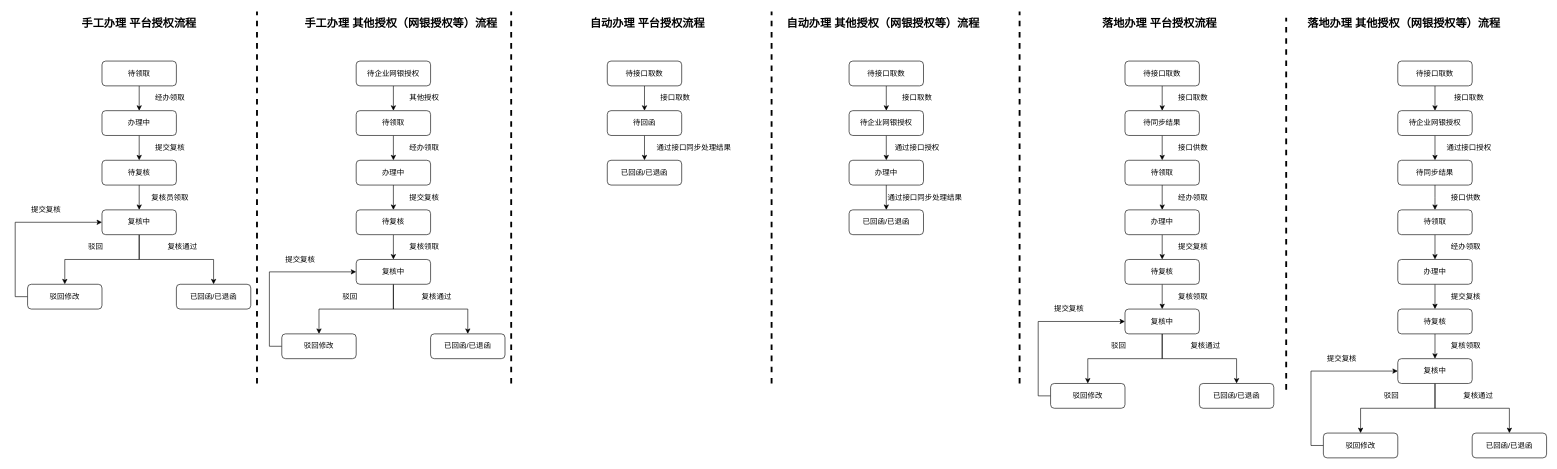
Above: 未命名绘图.drawio in pingguo002/iconomi (draw.io), before the change. Source tidied: cells renumbered, new cells numbered last; positions are measured from the earlier drawing's top-left corner, leaving out a move shared by most shapes. Both pictures are drawn from the tidied source at 62%, with x=0, y=0 at pixel (15, 11).
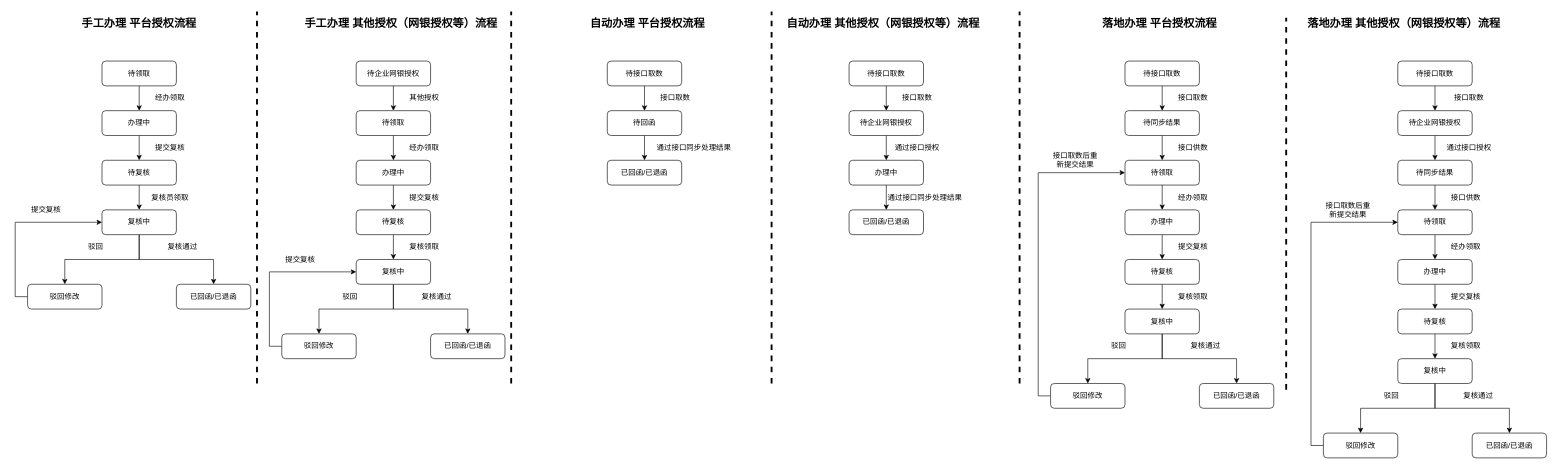
Above is the later version.

Commit message:
更新未命名绘图.drawio

Unchanged cells that the change refers to:
```xml
<mxCell id="85" value="复核中" style="rounded=1;whiteSpace=wrap;html=1;" parent="1" vertex="1">
  <mxGeometry x="1790" y="480" width="120" height="40" as="geometry" />
</mxCell>
<mxCell id="91" value="驳回修改" style="rounded=1;whiteSpace=wrap;html=1;" parent="1" vertex="1">
  <mxGeometry x="1670" y="600" width="120" height="40" as="geometry" />
</mxCell>
<mxCell id="103" value="复核中" style="rounded=1;whiteSpace=wrap;html=1;" parent="1" vertex="1">
  <mxGeometry x="2230" y="560" width="120" height="40" as="geometry" />
</mxCell>
<mxCell id="109" value="驳回修改" style="rounded=1;whiteSpace=wrap;html=1;" parent="1" vertex="1">
  <mxGeometry x="2110" y="680" width="120" height="40" as="geometry" />
</mxCell>
```

Diff of the diagram source:
```diff
@@
-    <mxCell id="90" style="edgeStyle=orthogonalEdgeStyle;rounded=0;jettySize=auto;html=1;exitX=0;exitY=0.5;exitDx=0;exitDy=0;entryX=0;entryY=0.5;entryDx=0;entryDy=0;" parent="1" edge="1" source="91" target="85">
+    <mxCell id="90" style="edgeStyle=orthogonalEdgeStyle;rounded=0;jettySize=auto;html=1;exitX=0;exitY=0.5;exitDx=0;exitDy=0;" parent="1" edge="1" source="91">
       <mxGeometry relative="1" as="geometry">
+        <mxPoint x="1790" y="260" as="targetPoint" />
         <Array as="points">
           <mxPoint x="1650" y="620" />
-          <mxPoint x="1650" y="500" />
+          <mxPoint x="1650" y="260" />
+          <mxPoint x="1790" y="260" />
         </Array>
       </mxGeometry>
     </mxCell>
@@
-    <mxCell id="92" value="提交复核" style="text;html=1;strokeColor=none;fillColor=none;align=center;verticalAlign=middle;whiteSpace=wrap;rounded=0;" parent="1" vertex="1">
-      <mxGeometry x="1670" y="470" width="60" height="20" as="geometry" />
+    <mxCell id="92" value="接口取数后重新提交结果" style="text;html=1;strokeColor=none;fillColor=none;align=center;verticalAlign=middle;whiteSpace=wrap;rounded=0;" parent="1" vertex="1">
+      <mxGeometry x="1670" y="230" width="80" height="20" as="geometry" />
     </mxCell>
@@
-    <mxCell id="108" style="edgeStyle=orthogonalEdgeStyle;rounded=0;jettySize=auto;html=1;exitX=0;exitY=0.5;exitDx=0;exitDy=0;entryX=0;entryY=0.5;entryDx=0;entryDy=0;" parent="1" edge="1" source="109" target="103">
+    <mxCell id="108" style="edgeStyle=orthogonalEdgeStyle;rounded=0;jettySize=auto;html=1;exitX=0;exitY=0.5;exitDx=0;exitDy=0;" parent="1" edge="1" source="109">
       <mxGeometry relative="1" as="geometry">
+        <mxPoint x="2230" y="340" as="targetPoint" />
         <Array as="points">
           <mxPoint x="2090" y="700" />
-          <mxPoint x="2090" y="580" />
+          <mxPoint x="2090" y="340" />
+          <mxPoint x="2230" y="340" />
         </Array>
       </mxGeometry>
     </mxCell>
@@
-    <mxCell id="110" value="提交复核" style="text;html=1;strokeColor=none;fillColor=none;align=center;verticalAlign=middle;whiteSpace=wrap;rounded=0;" parent="1" vertex="1">
-      <mxGeometry x="2110" y="550" width="60" height="20" as="geometry" />
-    </mxCell>
@@
+    <mxCell id="120" value="接口取数后重新提交结果" style="text;html=1;strokeColor=none;fillColor=none;align=center;verticalAlign=middle;whiteSpace=wrap;rounded=0;" parent="1" vertex="1">
+      <mxGeometry x="2110" y="310" width="80" height="20" as="geometry" />
+    </mxCell>
```
